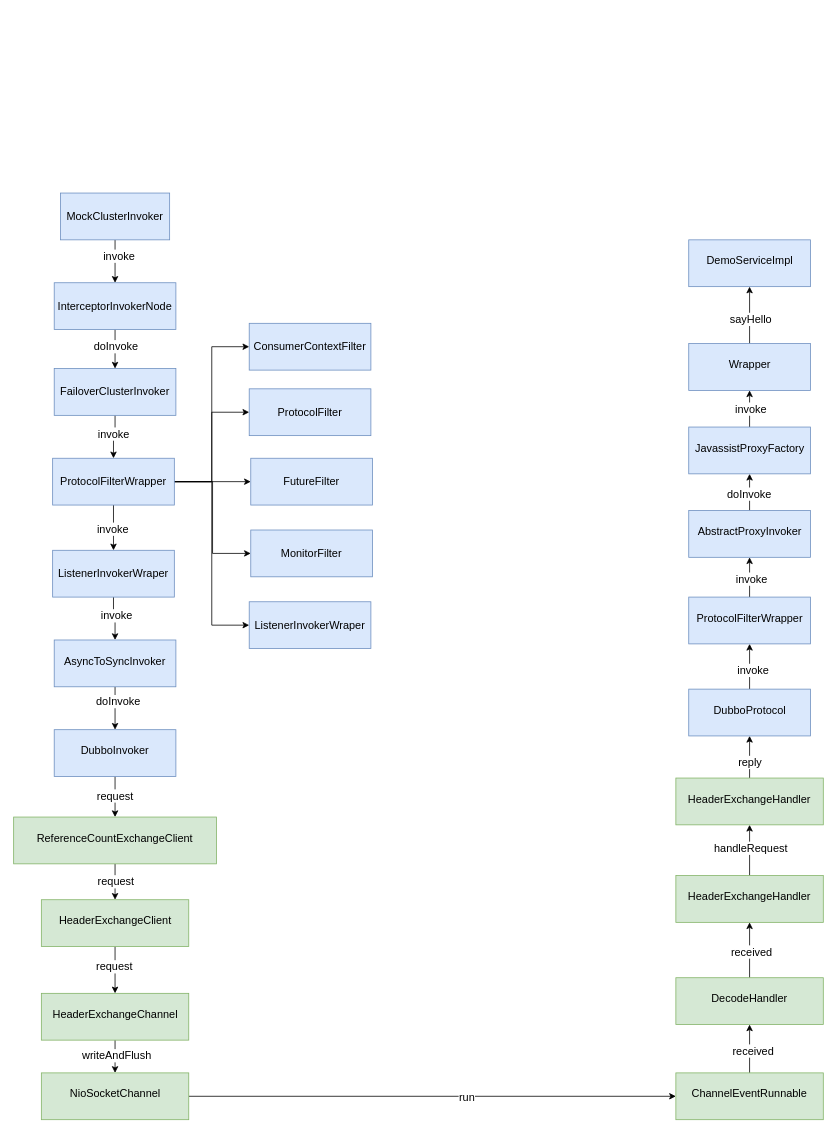
Before: dubbo.drawio in xusheng08320/docs, a draw.io diagram. Source tidied: cells renumbered, new cells numbered last; positions are measured from the earlier drawing's top-left corner, leaving out a move shared by most shapes. Both pictures are drawn from the tidied source at 78%, with x=0, y=0 at pixel (13, 193).
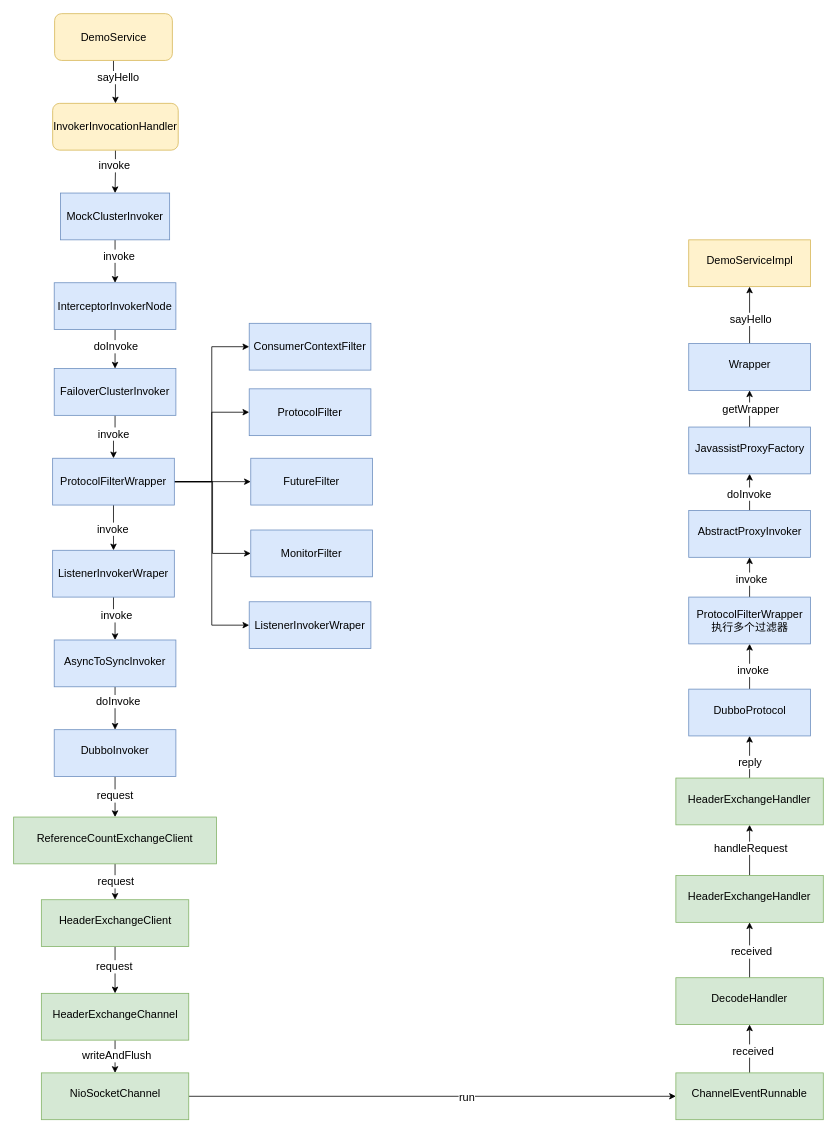
The same diagram, later.

The change refers to these unchanged cells:
```xml
<mxCell id="4" value="MockClusterInvoker" style="rounded=0;whiteSpace=wrap;html=1;fillColor=#dae8fc;strokeColor=#6c8ebf;fontSize=14;" parent="1" vertex="1">
  <mxGeometry x="60" width="140" height="60" as="geometry" />
</mxCell>
<mxCell id="66" style="edgeStyle=orthogonalEdgeStyle;rounded=0;jettySize=auto;html=1;fontSize=14;" parent="1" edge="1" source="68" target="71">
  <mxGeometry relative="1" as="geometry" />
</mxCell>
```

Diff of the diagram source:
```diff
@@
-    <mxCell id="62" value="&lt;div class=&quot;lake-content&quot;&gt;&lt;div class=&quot;lake-content&quot;&gt;&lt;div class=&quot;lake-content&quot;&gt;&lt;div class=&quot;lake-content&quot;&gt;&lt;div class=&quot;lake-content&quot;&gt;&lt;p style=&quot;margin: 0; padding: 0; min-height: 24px&quot; class=&quot;ne-p&quot; id=&quot;u969ac8f4&quot;&gt;&lt;span class=&quot;ne-text&quot;&gt;ProtocolFilterWrapper&lt;/span&gt;&lt;/p&gt;&lt;/div&gt;&lt;/div&gt;&lt;/div&gt;&lt;/div&gt;&lt;/div&gt;" style="rounded=0;whiteSpace=wrap;html=1;fillColor=#dae8fc;strokeColor=#6c8ebf;fontSize=14;" parent="1" vertex="1">
+    <mxCell id="62" value="&lt;div class=&quot;lake-content&quot;&gt;&lt;div class=&quot;lake-content&quot;&gt;&lt;div class=&quot;lake-content&quot;&gt;&lt;div class=&quot;lake-content&quot;&gt;&lt;div class=&quot;lake-content&quot;&gt;&lt;p style=&quot;margin: 0; padding: 0; min-height: 24px&quot; class=&quot;ne-p&quot; id=&quot;u969ac8f4&quot;&gt;&lt;span class=&quot;ne-text&quot;&gt;ProtocolFilterWrapper&lt;br&gt;执行多个过滤器&lt;/span&gt;&lt;/p&gt;&lt;/div&gt;&lt;/div&gt;&lt;/div&gt;&lt;/div&gt;&lt;/div&gt;" style="rounded=0;whiteSpace=wrap;html=1;fillColor=#dae8fc;strokeColor=#6c8ebf;fontSize=14;" parent="1" vertex="1">
       <mxGeometry x="865.5" y="518" width="156" height="60" as="geometry" />
     </mxCell>
@@
-    <mxCell id="67" value="invoke" style="edgeLabel;html=1;align=center;verticalAlign=middle;fontSize=14;" parent="66" vertex="1">
+    <mxCell id="67" value="getWrapper" style="edgeLabel;html=1;align=center;verticalAlign=middle;fontSize=14;" parent="66" vertex="1">
       <mxGeometry x="0.02" relative="1" as="geometry">
         <mxPoint x="1" as="offset" />
       </mxGeometry>
     </mxCell>
@@
-    <mxCell id="72" value="&lt;div class=&quot;lake-content&quot;&gt;&lt;div class=&quot;lake-content&quot;&gt;&lt;div class=&quot;lake-content&quot;&gt;&lt;div class=&quot;lake-content&quot;&gt;&lt;div class=&quot;lake-content&quot;&gt;&lt;p style=&quot;margin: 0; padding: 0; min-height: 24px&quot; class=&quot;ne-p&quot; id=&quot;u969ac8f4&quot;&gt;&lt;span class=&quot;ne-text&quot;&gt;DemoServiceImpl&lt;/span&gt;&lt;/p&gt;&lt;/div&gt;&lt;/div&gt;&lt;/div&gt;&lt;/div&gt;&lt;/div&gt;" style="rounded=0;whiteSpace=wrap;html=1;fillColor=#dae8fc;strokeColor=#6c8ebf;fontSize=14;" parent="1" vertex="1">
+    <mxCell id="72" value="&lt;div class=&quot;lake-content&quot;&gt;&lt;div class=&quot;lake-content&quot;&gt;&lt;div class=&quot;lake-content&quot;&gt;&lt;div class=&quot;lake-content&quot;&gt;&lt;div class=&quot;lake-content&quot;&gt;&lt;p style=&quot;margin: 0; padding: 0; min-height: 24px&quot; class=&quot;ne-p&quot; id=&quot;u969ac8f4&quot;&gt;&lt;span class=&quot;ne-text&quot;&gt;DemoServiceImpl&lt;br&gt;&lt;/span&gt;&lt;/p&gt;&lt;/div&gt;&lt;/div&gt;&lt;/div&gt;&lt;/div&gt;&lt;/div&gt;" style="rounded=0;whiteSpace=wrap;html=1;fillColor=#fff2cc;strokeColor=#d6b656;fontSize=14;" parent="1" vertex="1">
       <mxGeometry x="865.5" y="60" width="156" height="60" as="geometry" />
     </mxCell>
+    <mxCell id="73" style="edgeStyle=orthogonalEdgeStyle;rounded=0;jettySize=auto;html=1;" parent="1" edge="1" source="75" target="4">
+      <mxGeometry relative="1" as="geometry" />
+    </mxCell>
+    <mxCell id="74" value="invoke" style="edgeLabel;html=1;align=center;verticalAlign=middle;fontSize=14;" parent="73" vertex="1">
+      <mxGeometry x="-0.33" y="-2" relative="1" as="geometry" />
+    </mxCell>
+    <mxCell id="75" value="&lt;span style=&quot;background-color: initial;&quot;&gt;&lt;font style=&quot;font-size: 14px;&quot;&gt;InvokerInvocationHandler&lt;/font&gt;&lt;/span&gt;" style="rounded=1;whiteSpace=wrap;html=1;fillColor=#fff2cc;strokeColor=#d6b656;" parent="1" vertex="1">
+      <mxGeometry x="50" y="-115" width="161" height="60" as="geometry" />
+    </mxCell>
+    <mxCell id="76" style="edgeStyle=orthogonalEdgeStyle;rounded=0;jettySize=auto;html=1;" parent="1" edge="1" source="78" target="75">
+      <mxGeometry relative="1" as="geometry" />
+    </mxCell>
+    <mxCell id="77" value="sayHello" style="edgeLabel;html=1;align=center;verticalAlign=middle;fontSize=14;" parent="76" vertex="1">
+      <mxGeometry x="-0.44" y="5" relative="1" as="geometry">
+        <mxPoint y="5" as="offset" />
+      </mxGeometry>
+    </mxCell>
+    <mxCell id="78" value="&lt;font style=&quot;font-size: 14px;&quot;&gt;DemoService&lt;/font&gt;" style="rounded=1;whiteSpace=wrap;html=1;fillColor=#fff2cc;strokeColor=#d6b656;" parent="1" vertex="1">
+      <mxGeometry x="52.5" y="-230" width="151" height="60" as="geometry" />
+    </mxCell>
```
